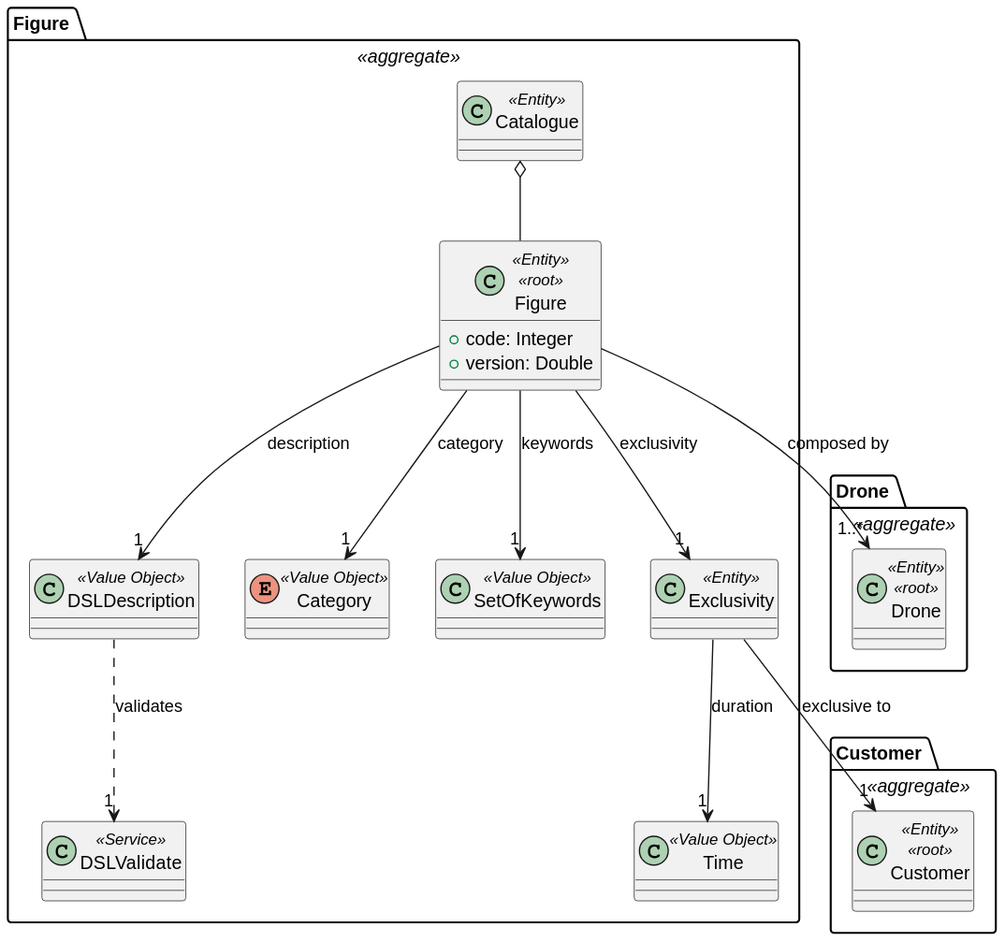
This is docs/global_artifacts/analysis/images/domain_model_figure.svg from diogoveirospro/sem4pi-2024-2025-sem4pi_2024_2025_g44, a PlantUML export, as it was before one commit. Source of this version:
```plantuml
@startuml
package "Customer " <<aggregate>> {
    class Customer <<Entity>> <<root>>{
    }

}

package "Drone " <<aggregate>> {

    class Drone <<Entity>> <<root>>{
    }

}

package "Figure " <<aggregate>> {

    class Figure <<Entity>> <<root>>{
        + code: Integer
        + version: Double
    }

    class DSLDescription <<Value Object>>{
    }

    enum Category <<Value Object>>{
    }

    class SetOfKeywords <<Value Object>>{
    }

    class Exclusivity <<Entity>>{
    }

    class Catalogue <<Entity>>{
    }

    class DSLValidate <<Service>>{
    }

    class Time <<Value Object>>{
    }


    Figure --> "1..*" Drone: composed by
    Figure --> "1" DSLDescription: description
    Figure --> "1" Category: category
    Figure --> "1" SetOfKeywords: keywords
    Figure --> "1" Exclusivity: exclusivity

    DSLDescription ..> "1" DSLValidate: validates

    Catalogue o-- Figure

    Exclusivity --> "1" Time: duration
    Exclusivity --> "1" Customer: exclusive to
}
@enduml
```
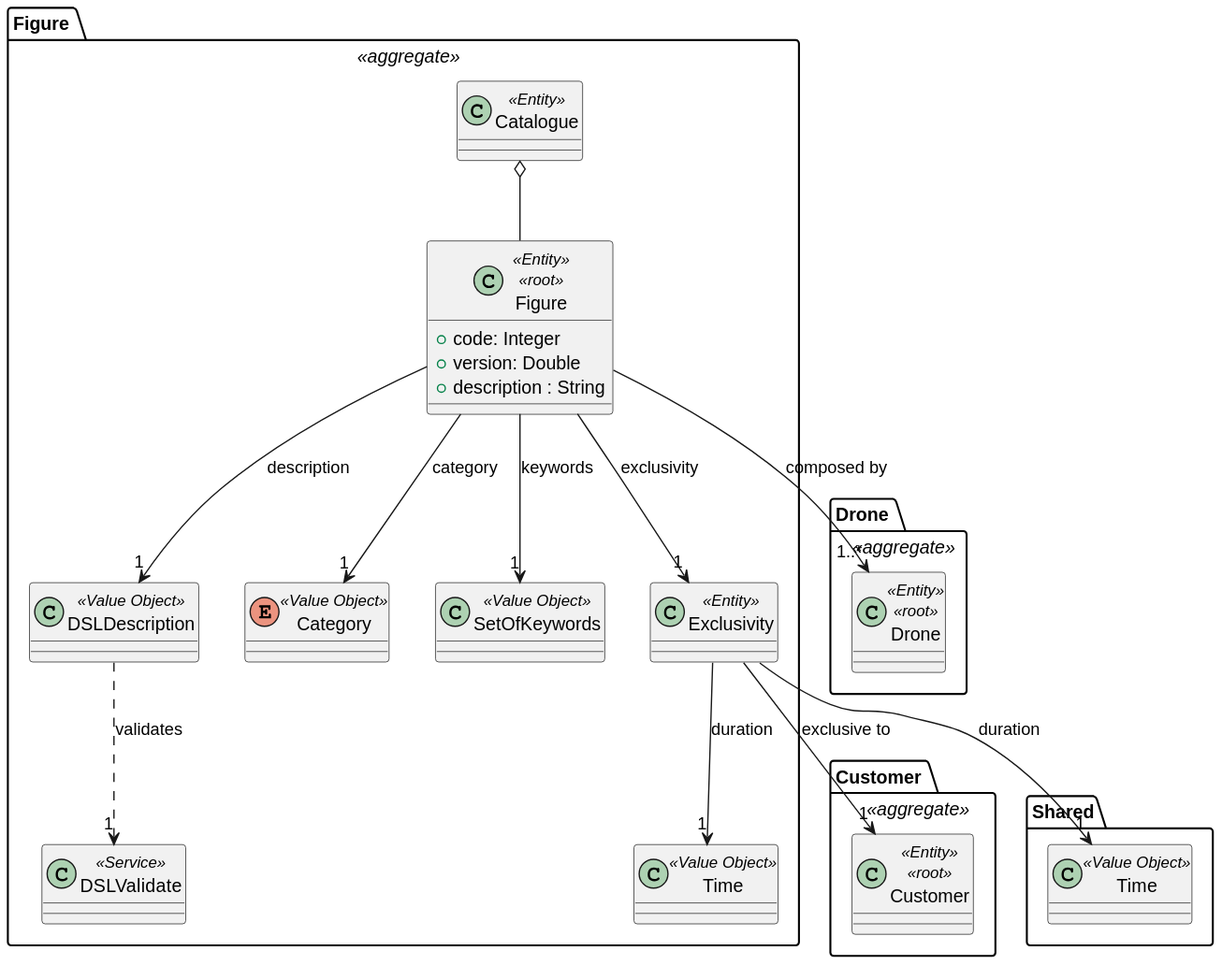
Above is the later version.

Commit message:
#6 Addition of the “Shared” package to the domain model.

What changed in the source:
```diff
@@ -17,6 +17,7 @@
     class Figure <<Entity>> <<root>>{
         + code: Integer
         + version: Double
+        + description : String
     }
 
     class DSLDescription <<Value Object>>{
@@ -54,4 +55,12 @@
     Exclusivity --> "1" Time: duration
     Exclusivity --> "1" Customer: exclusive to
 }
+
+package Shared {
+
+    class Time <<Value Object>>{
+    }
+
+    Exclusivity --> "1" Time: duration
+}
 @enduml
```
